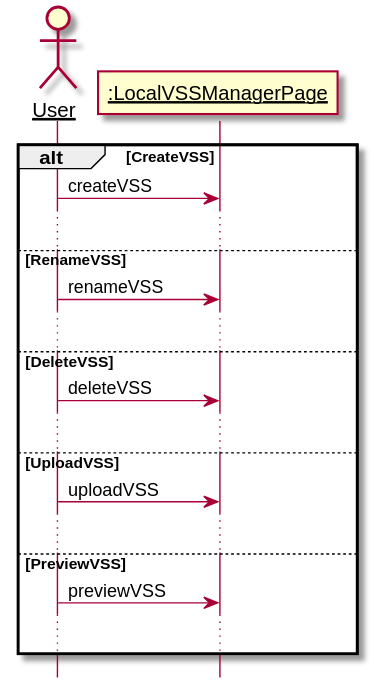
Above: 需求定义和分析/ManageLocalVSSLibrary.svg in kpp19920121/doc (PlantUML), before the change. The source it was exported from:
```plantuml
@startuml ManageLocalVSSLibrary
hide footbox
skinparam sequenceParticipant underline

actor User as user
participant ":LocalVSSManagerPage" as boundary

alt CreateVSS
    user -> boundary: createVSS
    ...
else RenameVSS
    user -> boundary: renameVSS
    ...
else DeleteVSS
    user -> boundary: deleteVSS
    ...
else UploadVSS
    user -> boundary: uploadVSS
    ...
else PreviewVSS
    user -> boundary: previewVSS
    ...
end
@enduml
```
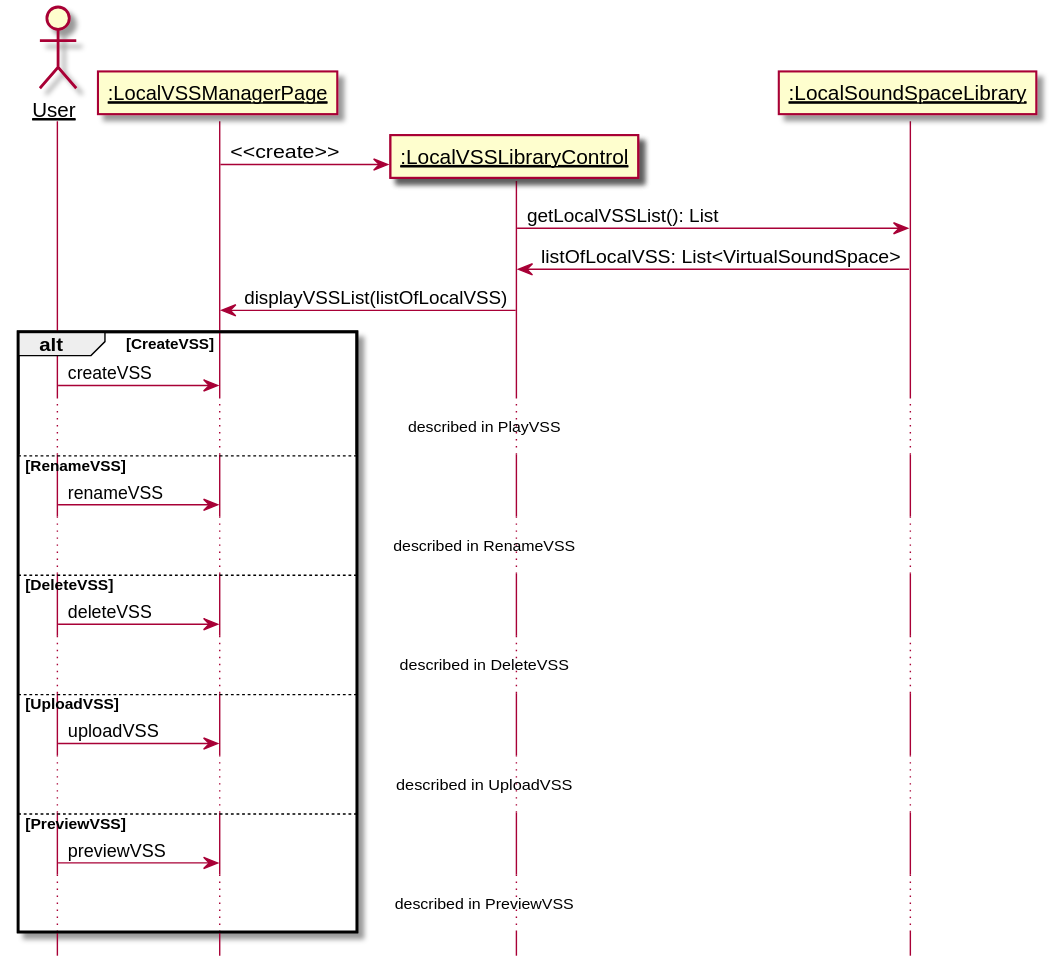
After the change.

The edit, as a diff of the source:
```diff
@@ -4,21 +4,30 @@
 
 actor User as user
 participant ":LocalVSSManagerPage" as boundary
+participant ":LocalVSSLibraryControl" as control
+participant ":LocalSoundSpaceLibrary" as library
+
+create control
+boundary -> control: <<create>>
+control -> library: getLocalVSSList(): List
+library -> control: listOfLocalVSS: List<VirtualSoundSpace>
+control -> boundary: displayVSSList(listOfLocalVSS)
+
 
 alt CreateVSS
     user -> boundary: createVSS
-    ...
+    ...described in PlayVSS...
 else RenameVSS
     user -> boundary: renameVSS
-    ...
+    ...described in RenameVSS...
 else DeleteVSS
     user -> boundary: deleteVSS
-    ...
+    ...described in DeleteVSS...
 else UploadVSS
     user -> boundary: uploadVSS
-    ...
+    ...described in UploadVSS...
 else PreviewVSS
     user -> boundary: previewVSS
-    ...
+    ...described in PreviewVSS...
 end
 @enduml
```
